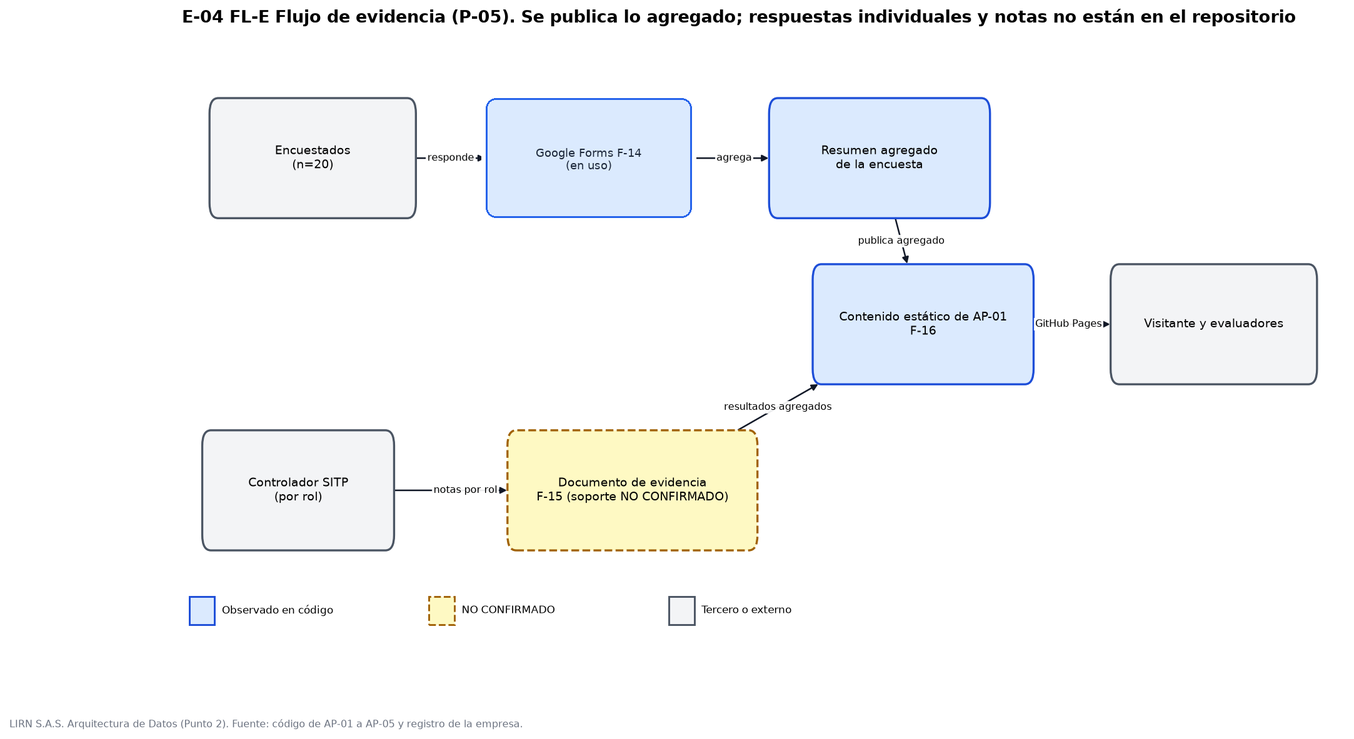
Earlier version of the Mermaid export docs/ae-final-project/ondas/M2-datos/diagramas/E-04-FL-E-evidencia.png (5arSanti/tro-launcher). Its source is kept beside it as docs/ae-final-project/ondas/M2-datos/diagramas/E-04-FL-E-evidencia.mmd.
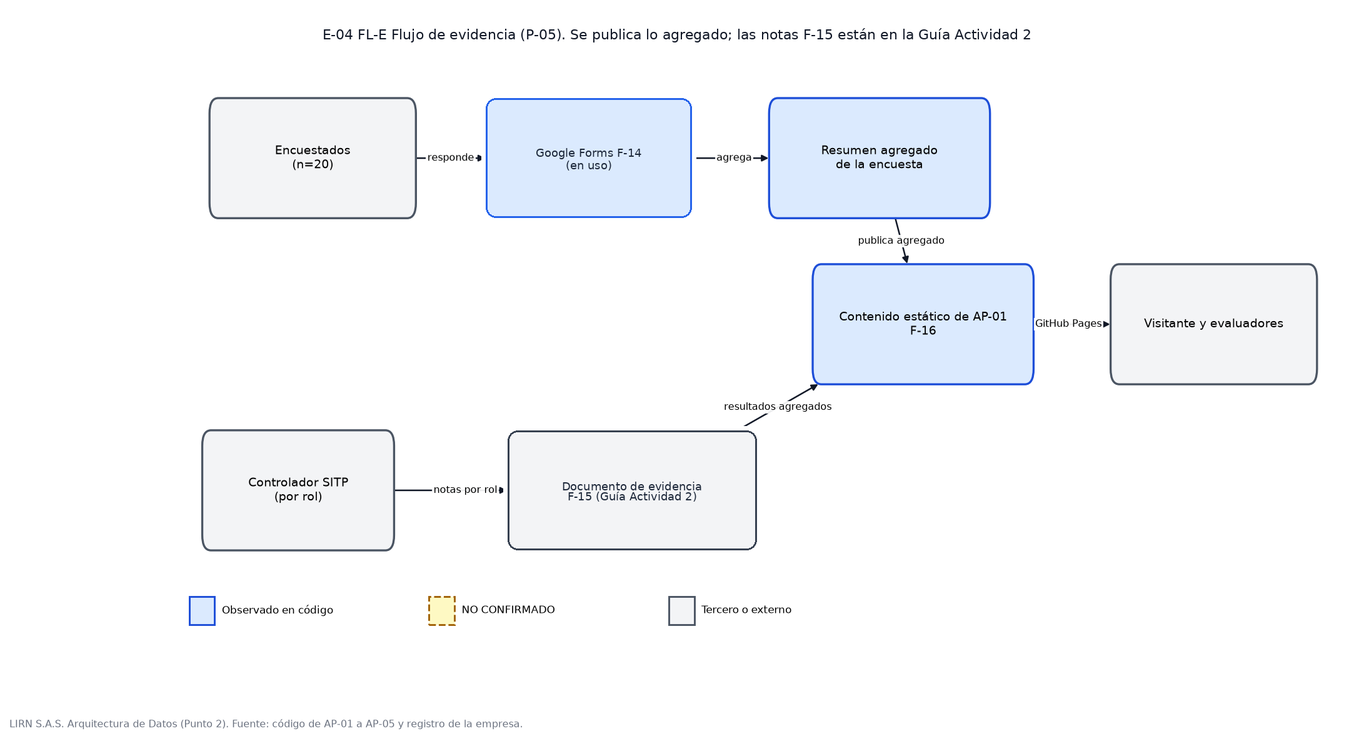
After the commit.

What changed in the source:
```diff
@@ -3,7 +3,7 @@
     GF["Google Forms F-14<br/>(en uso)"]
     RES["Resumen agregado<br/>de la encuesta"]
     CTRL["Controlador SITP<br/>(por rol)"]
-    DOC["Documento de evidencia<br/>F-15 (soporte NO CONFIRMADO)"]
+    DOC["Documento de evidencia<br/>F-15 (Guía Actividad 2)"]
     SITIO["Contenido estático de AP-01<br/>F-16"]
     VIS["Visitante y evaluadores"]
     ENC -->|"responde"| GF
@@ -12,4 +12,3 @@
     CTRL -->|"notas por rol"| DOC
     DOC -->|"resultados agregados"| SITIO
     SITIO -->|"GitHub Pages"| VIS
-    style DOC stroke-dasharray: 5 5
```
